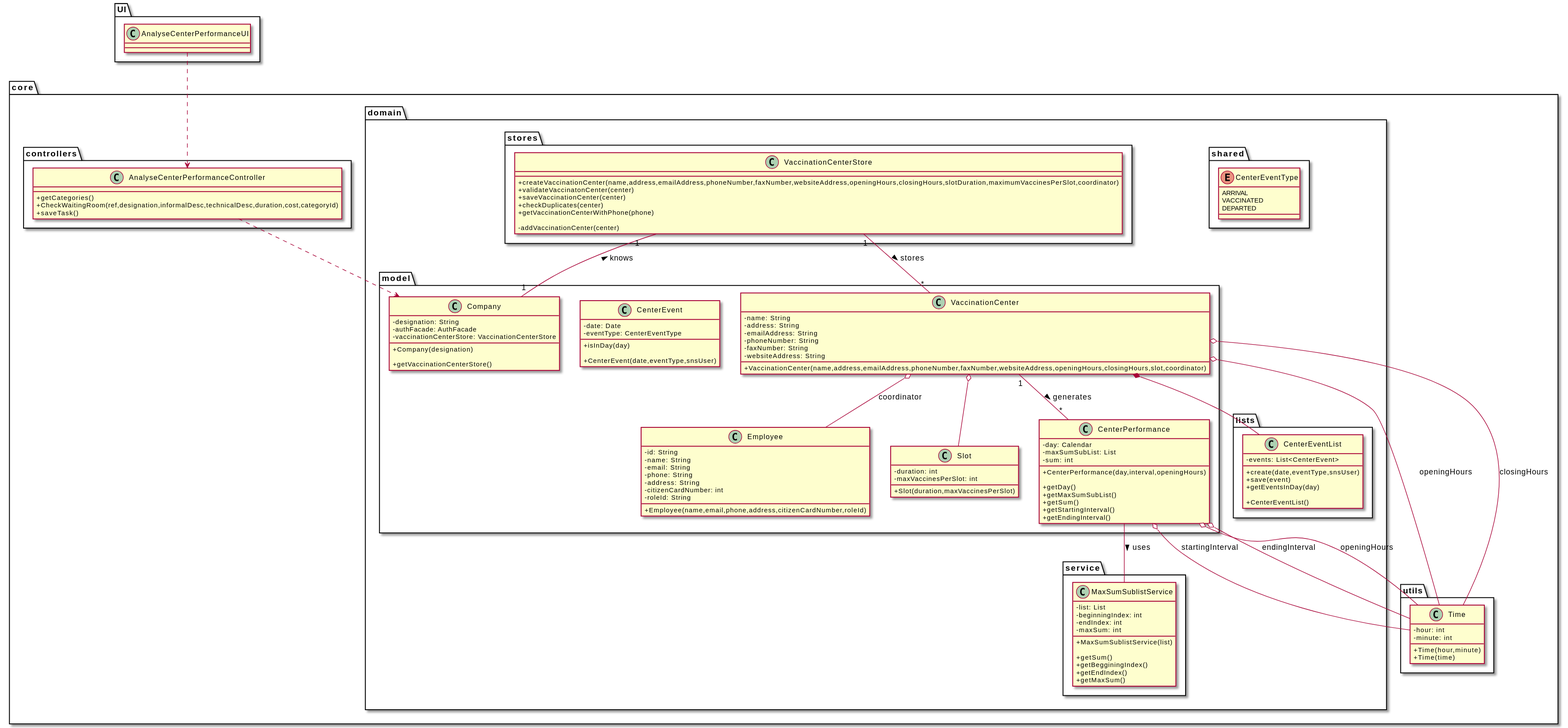
Before: docs/SprintD/US16/CD/US16_CD.svg, a diagram exported from PlantUML (miseEnPlace-i/lapr2).
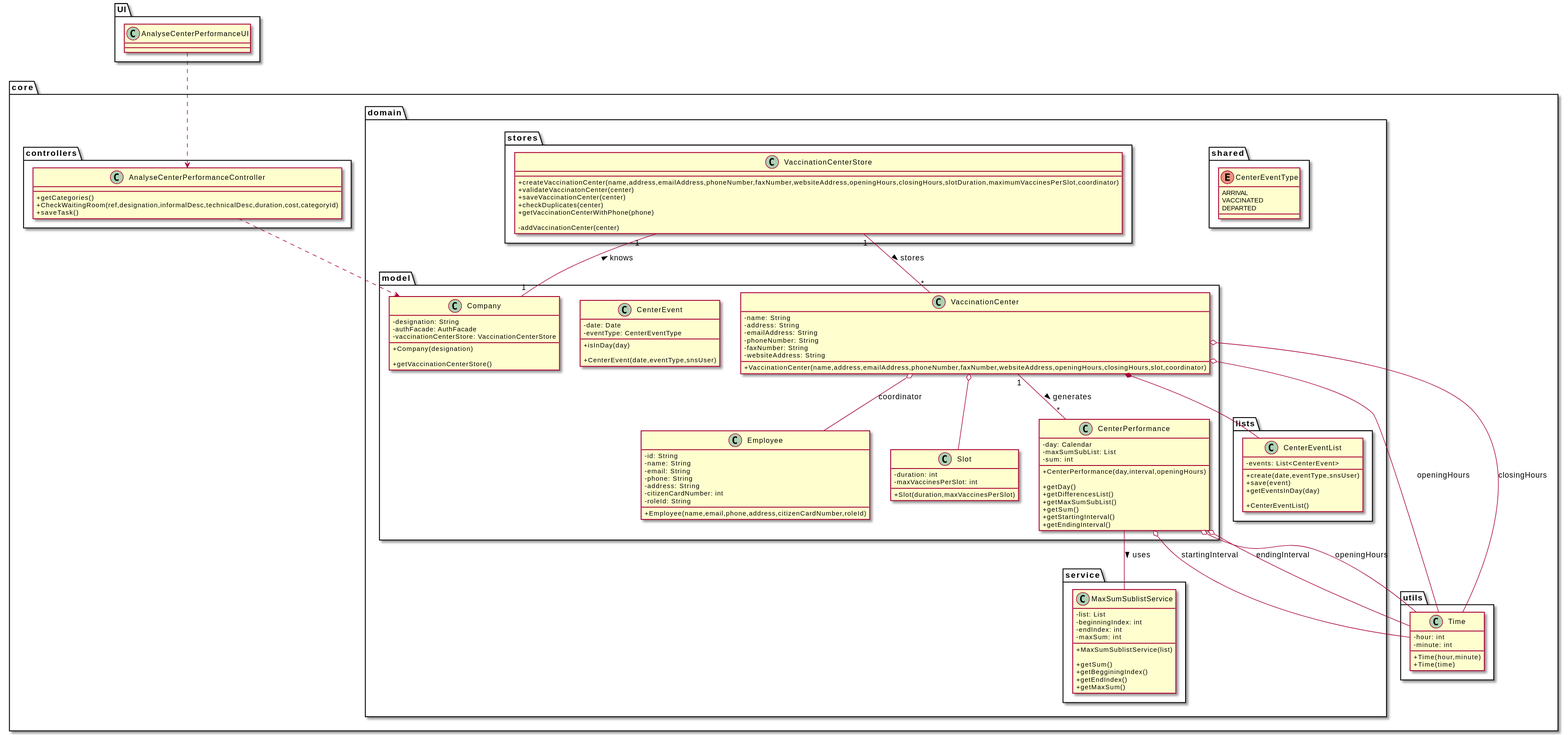
The same file after the commit.

What changed in the source:
```diff
@@ -87,6 +87,7 @@
         +CenterPerformance(day,interval,openingHours)
 
         +getDay()
+        +getDifferencesList()
         +getMaxSumSubList()
         +getSum()
         +getStartingInterval()
```
